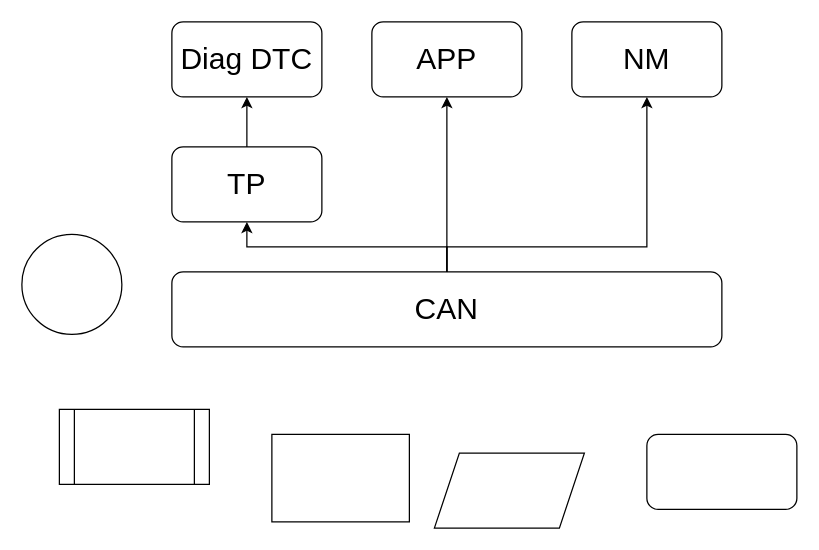
This is 未命名绘图.drawio from Jorgen7062/flow_chart, a draw.io file, before an edit. Source tidied: cells renumbered, new cells numbered last; positions are measured from the earlier drawing's top-left corner, leaving out a move shared by most shapes. Both pictures are drawn from the tidied source at 125%, with x=0, y=0 at pixel (21, 21).
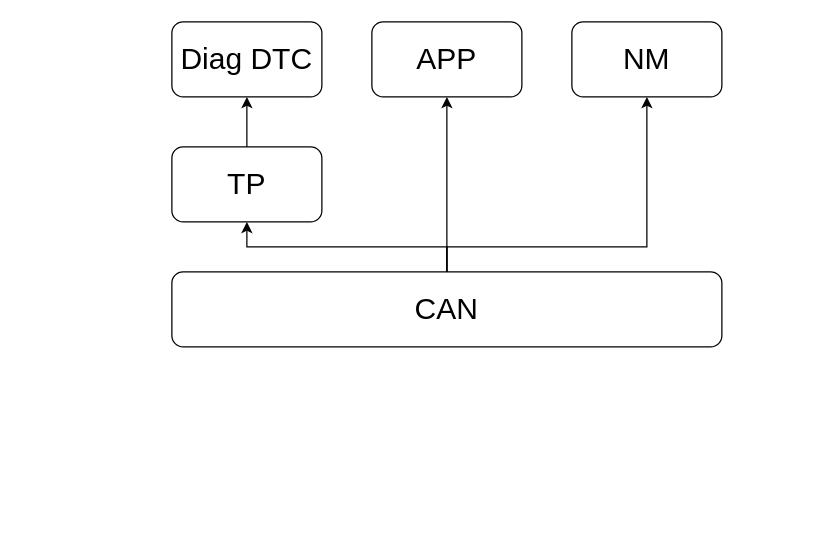
The same page after the edit.

Diff of the diagram source:
```diff
@@
 <mxGraphModel>
   <root>
     <mxCell id="0" />
     <mxCell id="1" parent="0" />
     <mxCell id="2" style="edgeStyle=orthogonalEdgeStyle;rounded=0;jettySize=auto;html=1;entryX=0.5;entryY=1;entryDx=0;entryDy=0;fontSize=24;" parent="1" edge="1" source="5" target="7">
       <mxGeometry relative="1" as="geometry" />
     </mxCell>
     <mxCell id="3" style="edgeStyle=orthogonalEdgeStyle;rounded=0;jettySize=auto;html=1;entryX=0.5;entryY=1;entryDx=0;entryDy=0;fontSize=24;" parent="1" edge="1" source="5" target="9">
       <mxGeometry relative="1" as="geometry" />
     </mxCell>
     <mxCell id="4" style="edgeStyle=orthogonalEdgeStyle;rounded=0;jettySize=auto;html=1;entryX=0.5;entryY=1;entryDx=0;entryDy=0;fontSize=24;" parent="1" edge="1" source="5" target="10">
       <mxGeometry relative="1" as="geometry">
         <Array as="points">
           <mxPoint x="340" y="180" />
           <mxPoint x="500" y="180" />
         </Array>
       </mxGeometry>
     </mxCell>
     <mxCell id="5" value="CAN" style="rounded=1;whiteSpace=wrap;html=1;fontSize=24;" parent="1" vertex="1">
       <mxGeometry x="120" y="200" width="440" height="60" as="geometry" />
     </mxCell>
     <mxCell id="6" style="edgeStyle=orthogonalEdgeStyle;rounded=0;jettySize=auto;html=1;fontSize=24;" parent="1" edge="1" source="7" target="8">
       <mxGeometry relative="1" as="geometry" />
     </mxCell>
     <mxCell id="7" value="TP" style="rounded=1;whiteSpace=wrap;html=1;fontSize=24;" parent="1" vertex="1">
       <mxGeometry x="120" y="100" width="120" height="60" as="geometry" />
     </mxCell>
     <mxCell id="8" value="Diag DTC" style="rounded=1;whiteSpace=wrap;html=1;fontSize=24;" parent="1" vertex="1">
       <mxGeometry x="120" width="120" height="60" as="geometry" />
     </mxCell>
     <mxCell id="9" value="APP" style="rounded=1;whiteSpace=wrap;html=1;fontSize=24;" parent="1" vertex="1">
       <mxGeometry x="280" width="120" height="60" as="geometry" />
     </mxCell>
     <mxCell id="10" value="NM" style="rounded=1;whiteSpace=wrap;html=1;fontSize=24;" parent="1" vertex="1">
       <mxGeometry x="440" width="120" height="60" as="geometry" />
     </mxCell>
-    <mxCell id="11" style="rounded=0;whiteSpace=wrap;html=1;" parent="1" vertex="1">
-      <mxGeometry x="200" y="330" width="110" height="70" as="geometry" />
-    </mxCell>
-    <mxCell id="12" style="rounded=1;whiteSpace=wrap;html=1;" parent="1" vertex="1">
-      <mxGeometry x="500" y="330" width="120" height="60" as="geometry" />
-    </mxCell>
-    <mxCell id="13" style="shape=parallelogram;perimeter=parallelogramPerimeter;whiteSpace=wrap;html=1;fixedSize=1;" parent="1" vertex="1">
-      <mxGeometry x="330" y="345" width="120" height="60" as="geometry" />
-    </mxCell>
-    <mxCell id="14" style="ellipse;whiteSpace=wrap;html=1;" parent="1" vertex="1">
-      <mxGeometry y="170" width="80" height="80" as="geometry" />
-    </mxCell>
-    <mxCell id="15" style="shape=process;whiteSpace=wrap;html=1;backgroundOutline=1;" parent="1" vertex="1">
-      <mxGeometry x="30" y="310" width="120" height="60" as="geometry" />
-    </mxCell>
   </root>
 </mxGraphModel>
```
